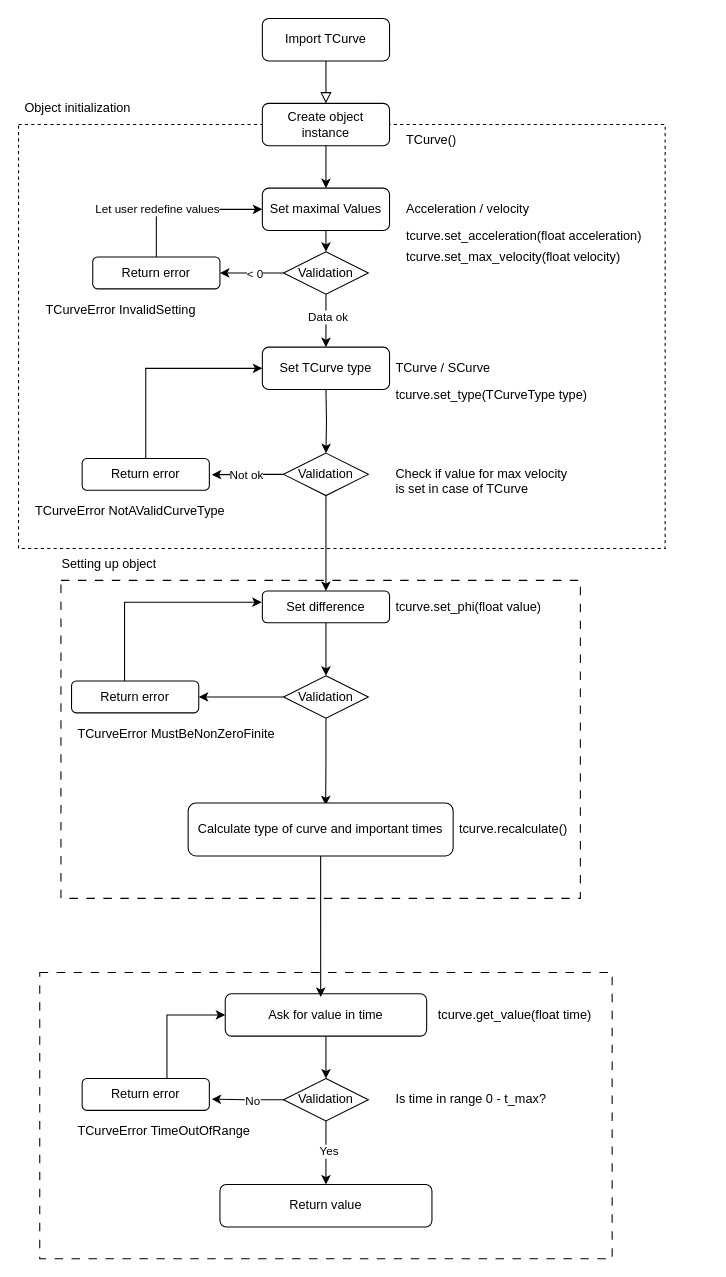
Above: docu/Diagrams/TCurve.drawio in thekonon/WritingRobot (draw.io), before the change. Source tidied: cells renumbered, new cells numbered last; positions are measured from the earlier drawing's top-left corner, leaving out a move shared by most shapes. Both pictures are drawn from the tidied source at 106%, with x=0, y=0 at pixel (18, 18).
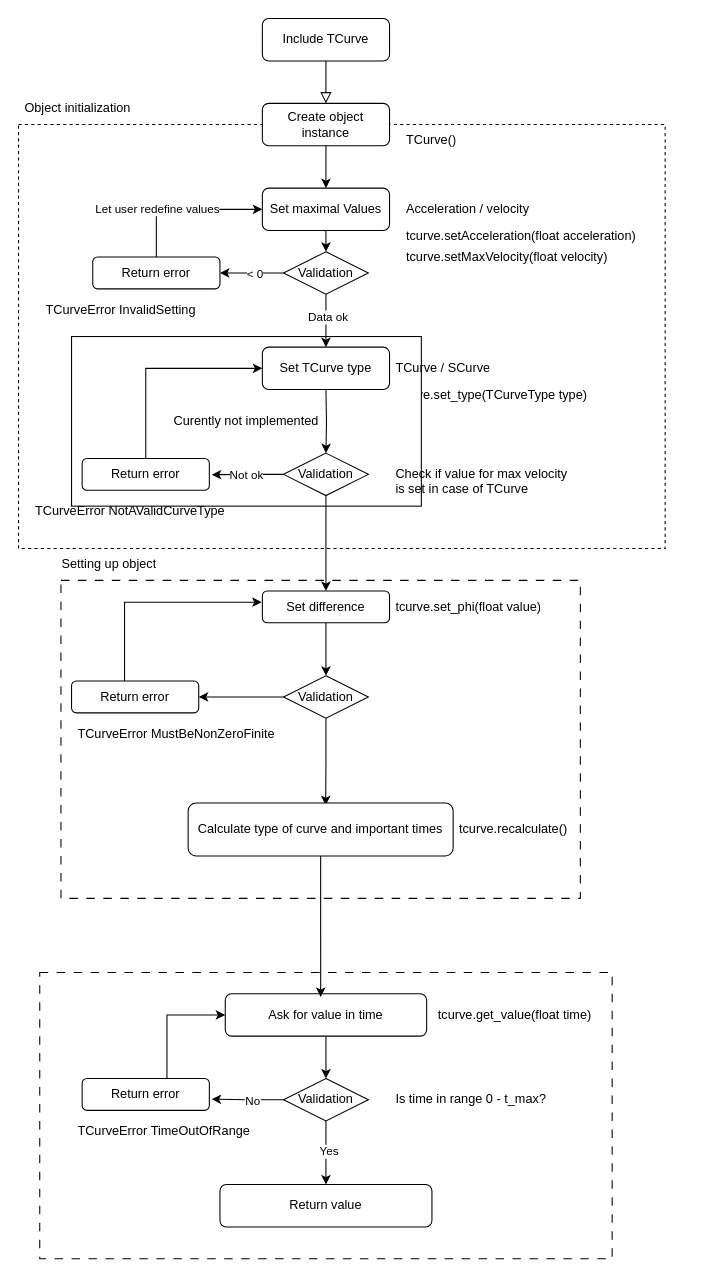
The same diagram, later.

Commit message (it also covers changes not shown here):
Saving work before using TCurve submodule

Unchanged cells that the change refers to:
```xml
<mxCell id="3" style="group;" parent="1" vertex="1">
  <mxGeometry y="70" width="610" height="430" as="geometry" />
</mxCell>
```

The edit, as a diff of the source:
```diff
@@
-    <mxCell id="7" value="tcurve.set_acceleration(float acceleration)" style="text;strokeColor=none;fillColor=none;align=left;verticalAlign=middle;spacingLeft=4;spacingRight=4;overflow=hidden;whiteSpace=wrap;html=1;" parent="3" vertex="1">
+    <mxCell id="7" value="tcurve.setAcceleration(float acceleration)" style="text;strokeColor=none;fillColor=none;align=left;verticalAlign=middle;spacingLeft=4;spacingRight=4;overflow=hidden;whiteSpace=wrap;html=1;" parent="3" vertex="1">
       <mxGeometry x="360" y="120" width="240" height="30" as="geometry" />
     </mxCell>
@@
-    <mxCell id="11" value="tcurve.set_max_velocity(float velocity)" style="text;strokeColor=none;fillColor=none;align=left;verticalAlign=middle;spacingLeft=4;spacingRight=4;overflow=hidden;whiteSpace=wrap;html=1;" parent="3" vertex="1">
+    <mxCell id="11" value="tcurve.setMaxVelocity(float velocity)" style="text;strokeColor=none;fillColor=none;align=left;verticalAlign=middle;spacingLeft=4;spacingRight=4;overflow=hidden;whiteSpace=wrap;html=1;" parent="3" vertex="1">
       <mxGeometry x="360" y="140" width="240" height="30" as="geometry" />
     </mxCell>
@@
+    <mxCell id="66" value="Curently not implemented" style="whiteSpace=wrap;html=1;" parent="3" vertex="1">
+      <mxGeometry x="50" y="230" width="330" height="160" as="geometry" />
+    </mxCell>
@@
-    <mxCell id="16" value="Import TCurve" style="rounded=1;whiteSpace=wrap;html=1;fontSize=12;glass=0;strokeWidth=1;shadow=0;" parent="1" vertex="1">
+    <mxCell id="16" value="Include TCurve" style="rounded=1;whiteSpace=wrap;html=1;fontSize=12;glass=0;strokeWidth=1;shadow=0;" parent="1" vertex="1">
       <mxGeometry x="230" width="120" height="40" as="geometry" />
     </mxCell>
```
